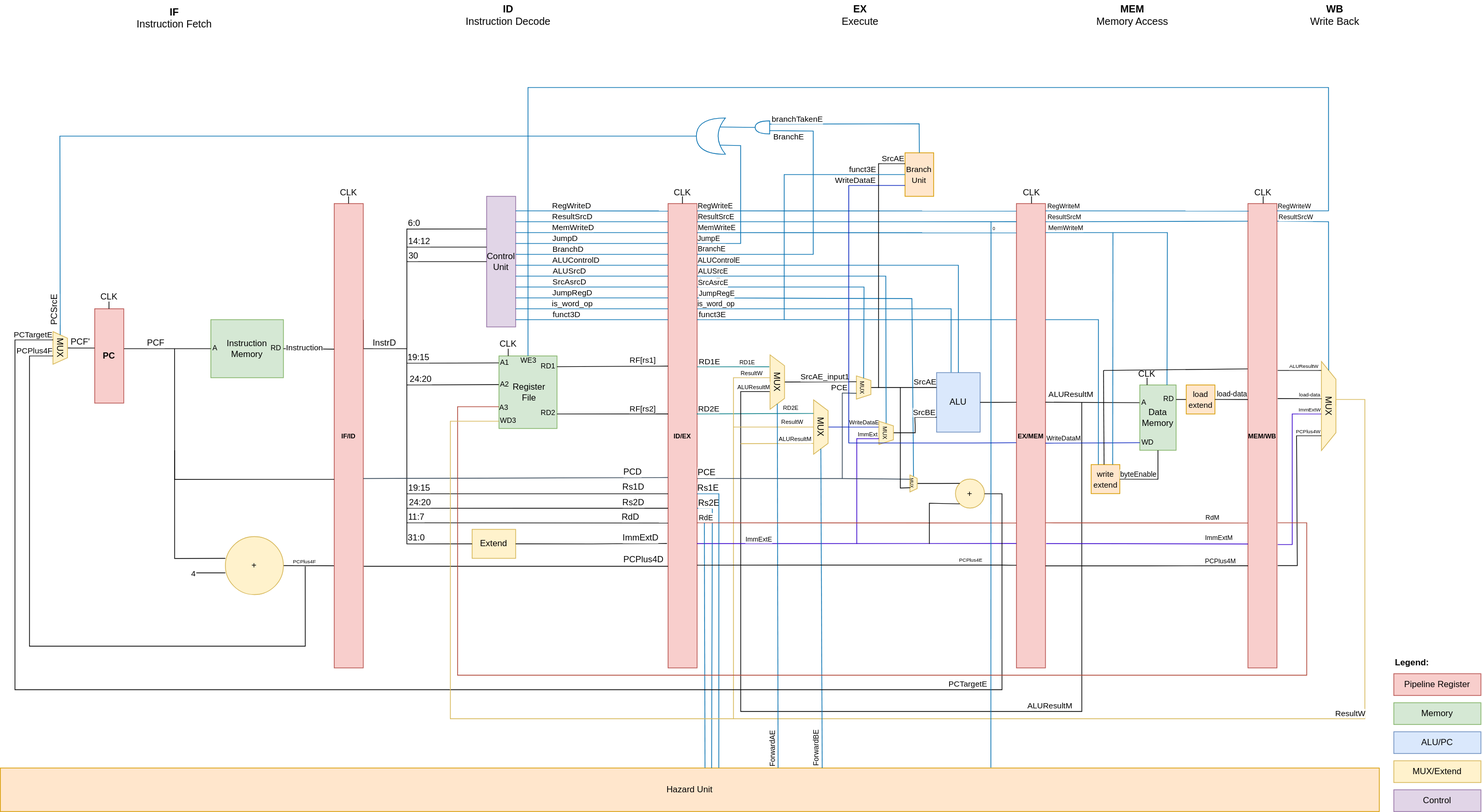
Earlier version of the draw.io export Block Diagram.svg (Yesmurat/DragonCore). Source tidied: cells renumbered, new cells last; positions are measured from the earlier drawing's top-left corner, leaving out a move shared by most shapes.
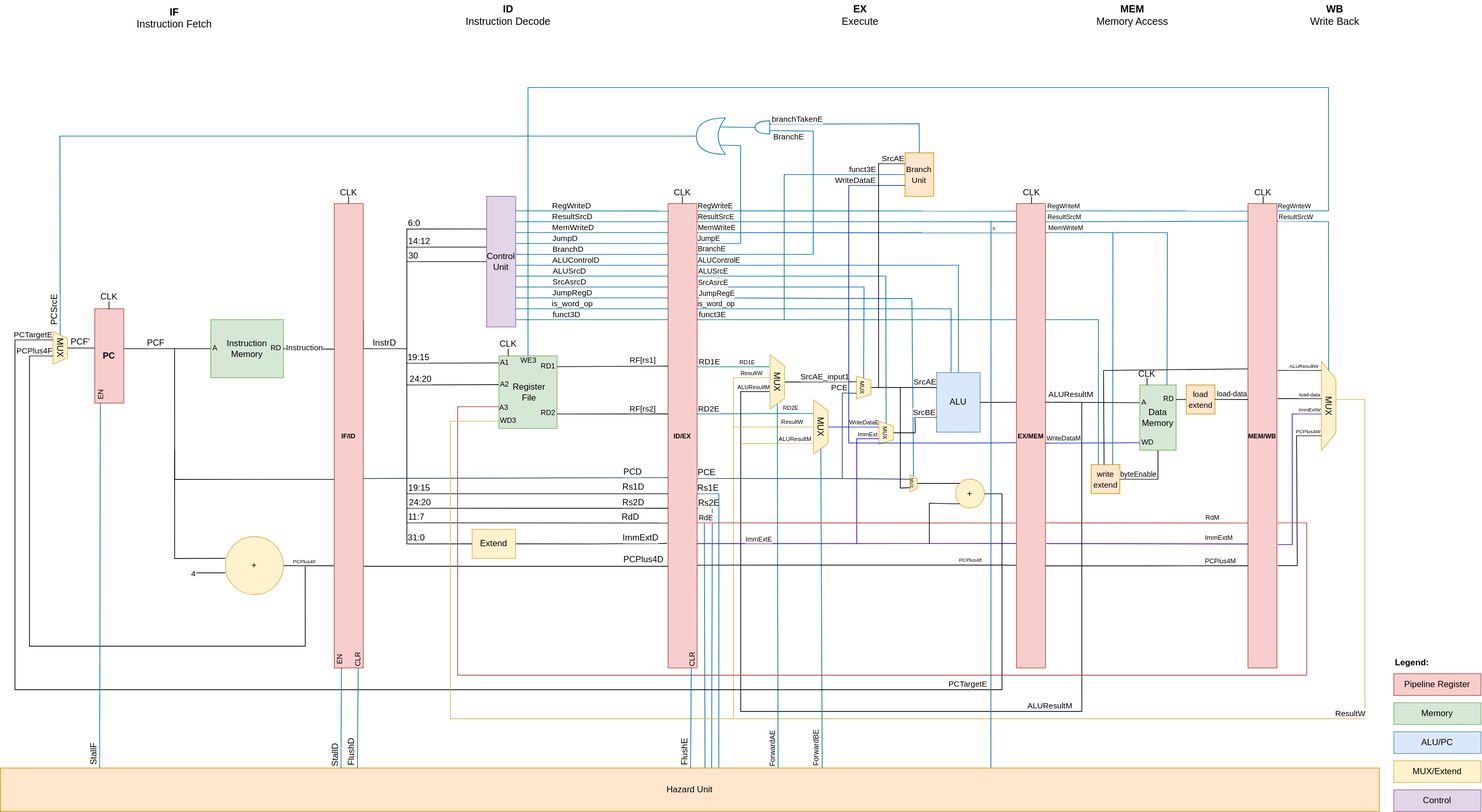
The same diagram one commit later.

Commit message:
finished microarchitecture

What changed in the source:
```diff
@@ -1323,5 +1323,55 @@
         <mxPoint x="1520" y="510" as="targetPoint" />
       </mxGeometry>
     </mxCell>
+    <mxCell id="261" value="&lt;font style=&quot;font-size: 10px;&quot;&gt;EN&lt;/font&gt;" style="text;html=1;whiteSpace=wrap;strokeColor=none;fillColor=none;align=center;verticalAlign=middle;rounded=0;rotation=270;" parent="1" vertex="1">
+      <mxGeometry x="127" y="536" width="21.5" height="15" as="geometry" />
+    </mxCell>
+    <mxCell id="262" style="edgeStyle=none;jettySize=auto;html=1;rounded=0;elbow=vertical;entryX=0;entryY=0.5;entryDx=0;entryDy=0;exitX=0.072;exitY=-0.004;exitDx=0;exitDy=0;exitPerimeter=0;endArrow=none;endFill=0;fillColor=#1ba1e2;strokeColor=#006EAF;" parent="1" edge="1" source="24" target="261">
+      <mxGeometry relative="1" as="geometry" />
+    </mxCell>
+    <mxCell id="263" value="&lt;font style=&quot;font-size: 12px;&quot;&gt;StallF&lt;/font&gt;" style="edgeLabel;html=1;align=center;verticalAlign=middle;rotation=270;" parent="262" vertex="1">
+      <mxGeometry x="-0.91" relative="1" as="geometry">
+        <mxPoint x="-9" y="7" as="offset" />
+      </mxGeometry>
+    </mxCell>
+    <mxCell id="264" value="&lt;font style=&quot;font-size: 10px;&quot;&gt;EN&lt;/font&gt;" style="text;html=1;whiteSpace=wrap;strokeColor=none;fillColor=none;align=center;verticalAlign=middle;rounded=0;rotation=270;" parent="1" vertex="1">
+      <mxGeometry x="456.8" y="901.2" width="21.5" height="15" as="geometry" />
+    </mxCell>
+    <mxCell id="265" value="&lt;font style=&quot;font-size: 10px;&quot;&gt;CLR&lt;/font&gt;" style="text;html=1;whiteSpace=wrap;strokeColor=none;fillColor=none;align=center;verticalAlign=middle;rounded=0;rotation=270;" parent="1" vertex="1">
+      <mxGeometry x="481.8" y="901.2" width="21.5" height="15" as="geometry" />
+    </mxCell>
+    <mxCell id="266" style="edgeStyle=none;jettySize=auto;html=1;rounded=0;elbow=vertical;endArrow=none;endFill=0;fillColor=#1ba1e2;strokeColor=#006EAF;entryX=0.25;entryY=1;entryDx=0;entryDy=0;exitX=0.247;exitY=-0.003;exitDx=0;exitDy=0;exitPerimeter=0;" parent="1" edge="1" source="24" target="14">
+      <mxGeometry relative="1" as="geometry" />
+    </mxCell>
+    <mxCell id="267" value="&lt;font style=&quot;font-size: 12px;&quot;&gt;StallD&lt;/font&gt;" style="edgeLabel;html=1;align=center;verticalAlign=middle;rotation=270;" parent="266" vertex="1">
+      <mxGeometry x="-0.91" relative="1" as="geometry">
+        <mxPoint x="-9" y="-10" as="offset" />
+      </mxGeometry>
+    </mxCell>
+    <mxCell id="268" style="edgeStyle=none;orthogonalLoop=1;jettySize=auto;html=1;rounded=0;elbow=vertical;endArrow=none;endFill=0;fillColor=#1ba1e2;strokeColor=#006EAF;entryX=0.25;entryY=1;entryDx=0;entryDy=0;exitX=0.247;exitY=-0.003;exitDx=0;exitDy=0;exitPerimeter=0;" parent="1" edge="1">
+      <mxGeometry relative="1" as="geometry">
+        <mxPoint x="492" y="1058" as="sourcePoint" />
+        <mxPoint x="493" y="920" as="targetPoint" />
+      </mxGeometry>
+    </mxCell>
+    <mxCell id="269" value="&lt;font style=&quot;font-size: 12px;&quot;&gt;FlushD&lt;/font&gt;" style="edgeLabel;html=1;align=center;verticalAlign=middle;rotation=270;" parent="268" vertex="1">
+      <mxGeometry x="-0.91" relative="1" as="geometry">
+        <mxPoint x="-9" y="-14" as="offset" />
+      </mxGeometry>
+    </mxCell>
+    <mxCell id="270" value="&lt;font style=&quot;font-size: 10px;&quot;&gt;CLR&lt;/font&gt;" style="text;html=1;whiteSpace=wrap;strokeColor=none;fillColor=none;align=center;verticalAlign=middle;rounded=0;rotation=270;" parent="1" vertex="1">
+      <mxGeometry x="941.8" y="901.2" width="21.5" height="15" as="geometry" />
+    </mxCell>
+    <mxCell id="271" style="edgeStyle=none;orthogonalLoop=1;jettySize=auto;html=1;rounded=0;elbow=vertical;endArrow=none;endFill=0;fillColor=#1ba1e2;strokeColor=#006EAF;entryX=0.25;entryY=1;entryDx=0;entryDy=0;exitX=0.247;exitY=-0.003;exitDx=0;exitDy=0;exitPerimeter=0;" parent="1" edge="1">
+      <mxGeometry relative="1" as="geometry">
+        <mxPoint x="951" y="1058" as="sourcePoint" />
+        <mxPoint x="952" y="920" as="targetPoint" />
+      </mxGeometry>
+    </mxCell>
+    <mxCell id="272" value="&lt;font style=&quot;font-size: 12px;&quot;&gt;FlushE&lt;/font&gt;" style="edgeLabel;html=1;align=center;verticalAlign=middle;rotation=270;" parent="271" vertex="1">
+      <mxGeometry x="-0.91" relative="1" as="geometry">
+        <mxPoint x="-9" y="-14" as="offset" />
+      </mxGeometry>
+    </mxCell>
   </root>
 </mxGraphModel>
```
